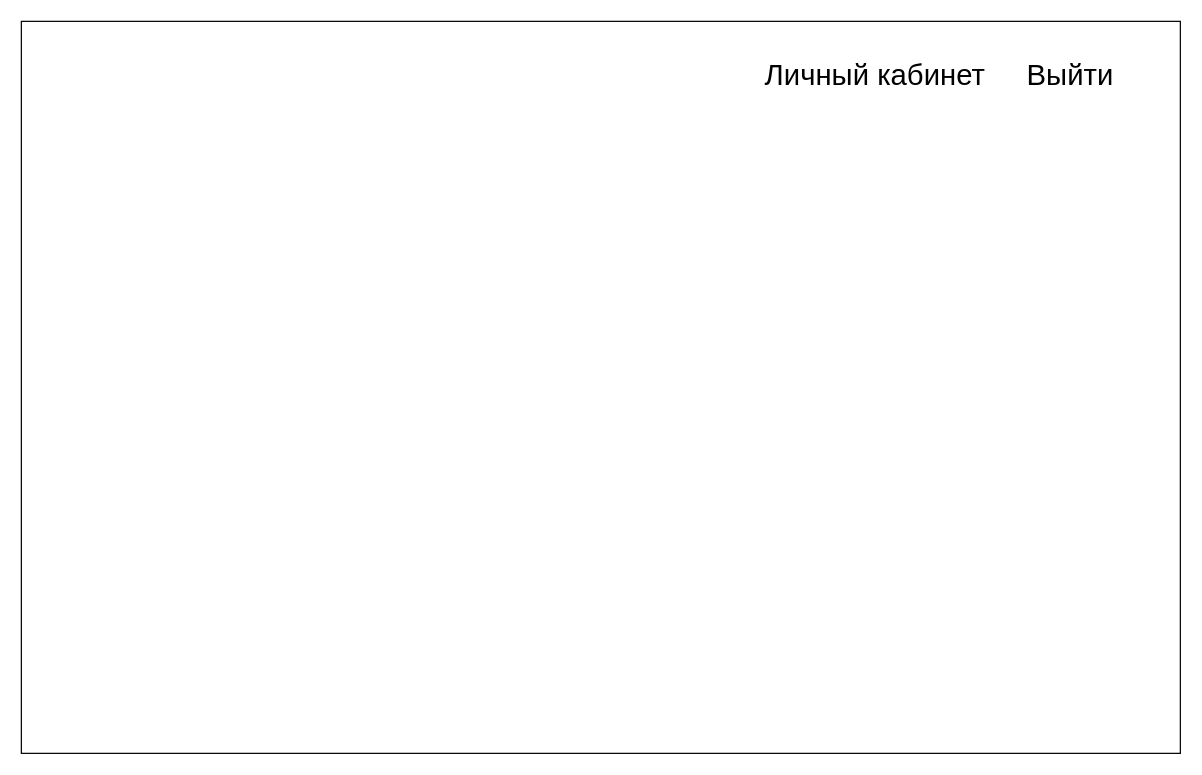
Above: page "Главная" (5 of 8) of docs/diags.drawio in dimas-defender/dailyauto-webapi (draw.io), before the change. Source tidied: cells renumbered, new cells numbered last; positions are measured from the earlier drawing's top-left corner, leaving out a move shared by most shapes. Both pictures are drawn from the tidied source at 122%, with x=0, y=0 at pixel (21, 21).
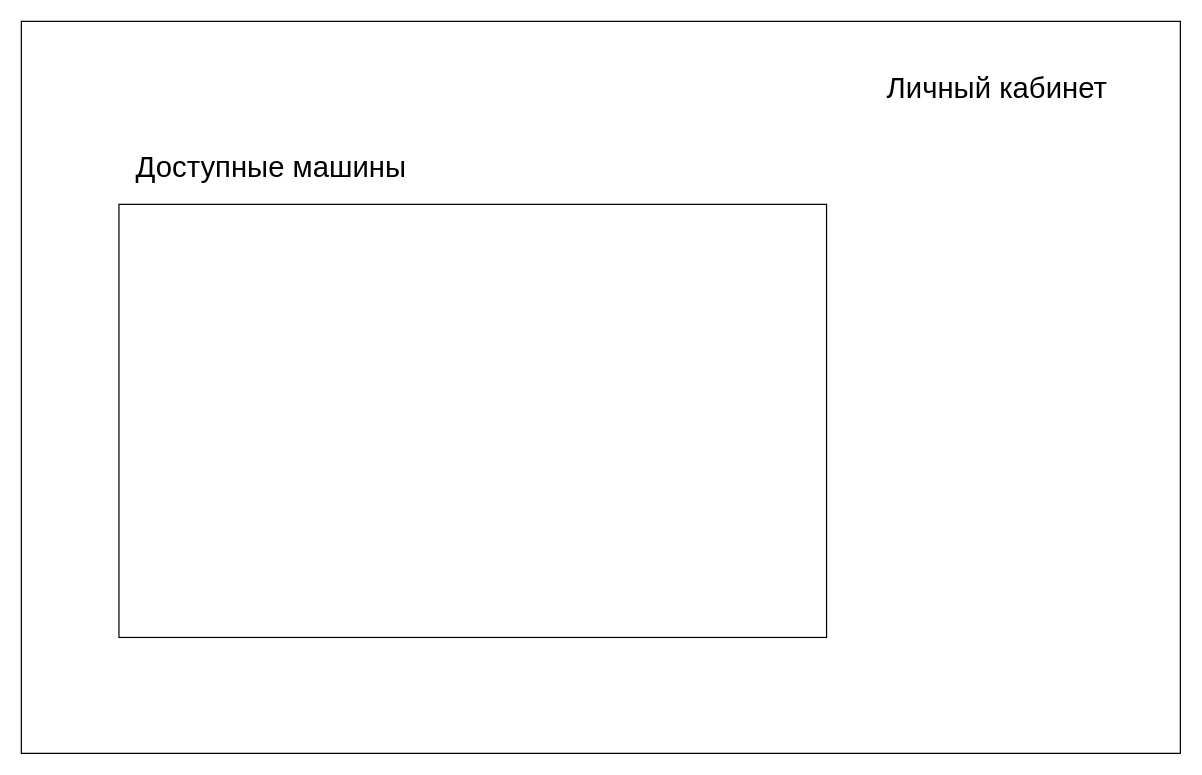
The same diagram, later.

Diff of the diagram source:
```diff
@@
 <mxGraphModel>
   <root>
     <mxCell id="0" />
     <mxCell id="1" parent="0" />
     <mxCell id="2" style="rounded=0;whiteSpace=wrap;html=1;" parent="1" vertex="1">
       <mxGeometry width="950" height="600" as="geometry" />
     </mxCell>
     <mxCell id="3" value="&lt;font style=&quot;font-size: 24px;&quot;&gt;Личный кабинет&lt;/font&gt;" style="text;html=1;strokeColor=none;fillColor=none;align=center;verticalAlign=middle;whiteSpace=wrap;rounded=0;fontSize=14;" parent="1" vertex="1">
-      <mxGeometry x="600" y="30" width="200" height="30" as="geometry" />
+      <mxGeometry x="700" y="40" width="200" height="30" as="geometry" />
     </mxCell>
-    <mxCell id="4" value="Выйти" style="text;html=1;strokeColor=none;fillColor=none;align=center;verticalAlign=middle;whiteSpace=wrap;rounded=0;fontSize=24;" parent="1" vertex="1">
-      <mxGeometry x="830" y="30" width="60" height="30" as="geometry" />
-    </mxCell>
+    <mxCell id="5" style="rounded=0;whiteSpace=wrap;html=1;" parent="1" vertex="1">
+      <mxGeometry x="80" y="150" width="580" height="355" as="geometry" />
+    </mxCell>
+    <mxCell id="6" value="&lt;font style=&quot;font-size: 24px;&quot;&gt;Доступные машины&lt;/font&gt;" style="text;html=1;strokeColor=none;fillColor=none;align=center;verticalAlign=middle;whiteSpace=wrap;rounded=0;" parent="1" vertex="1">
+      <mxGeometry x="40" y="100" width="330" height="40" as="geometry" />
+    </mxCell>
   </root>
 </mxGraphModel>
```
